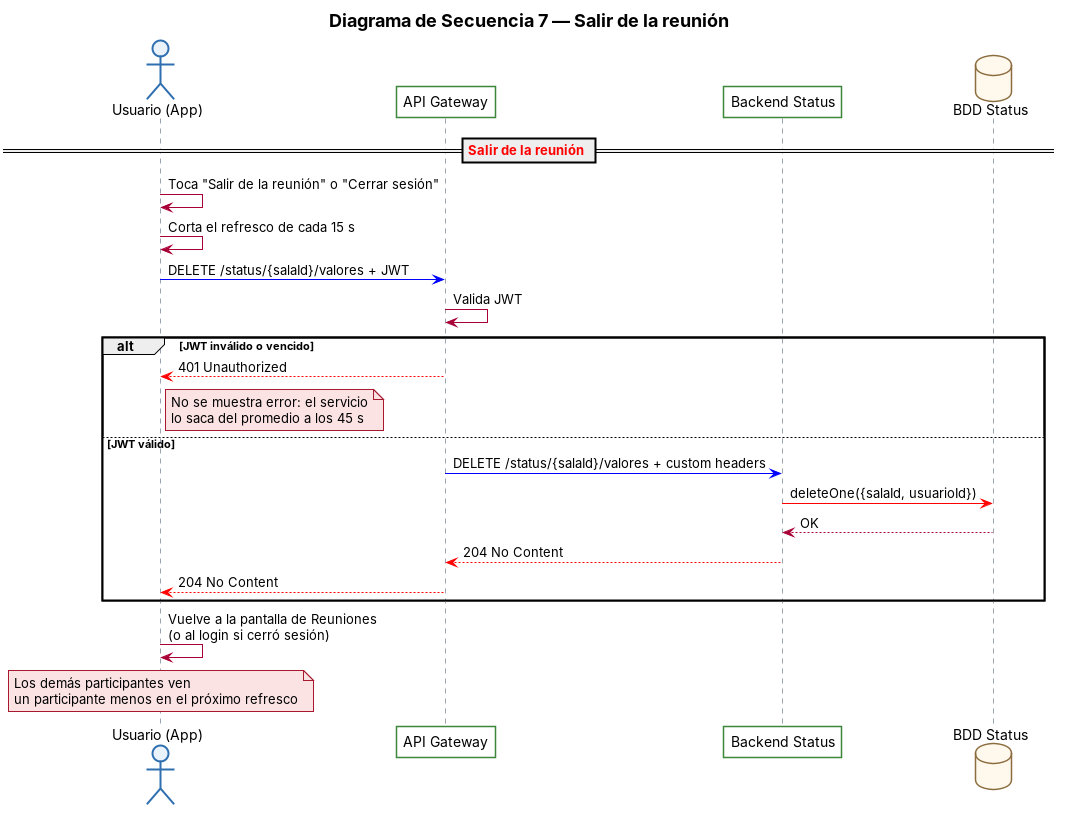
Above: docs/diagramas/8-secuencia-salir-reunion.png in tatianaperalta2013/panel-asistencia-comunicacion (PlantUML), before the change. Its source is kept beside it as docs/diagramas/8-secuencia-salir-reunion.puml. The source it was exported from:
```plantuml
@startuml 8-secuencia-salir-reunion
title <size:18><b>Diagrama de Secuencia 7 — Salir de la reunión</b></size>
skinparam defaultFontName Arial
skinparam shadowing false
skinparam ParticipantBackgroundColor #FFFFFF
skinparam ParticipantBorderColor #3C873A
skinparam ActorBackgroundColor #EAF2FB
skinparam ActorBorderColor #2F6FB0
skinparam DatabaseBackgroundColor #FFF8EC
skinparam DatabaseBorderColor #8C6D3F
skinparam SequenceLifeLineBorderColor #9AA5B1
skinparam NoteBackgroundColor #FBE3E4
skinparam NoteBorderColor #A6192E

actor "Usuario (App)" as A
participant "API Gateway" as GW
participant "Backend Status" as ST
database "BDD Status" as DB

== <color:red>Salir de la reunión</color> ==
A -> A: Toca "Salir de la reunión" o "Cerrar sesión"
A -> A: Corta el refresco de cada 15 s
A -[#blue]> GW: DELETE /status/{salaId}/valores + JWT
GW -> GW: Valida JWT

alt JWT inválido o vencido
    GW -[#red]-> A: 401 Unauthorized
    note right of A: No se muestra error: el servicio\nlo saca del promedio a los 45 s
else JWT válido
    GW -[#blue]> ST: DELETE /status/{salaId}/valores + custom headers
    ST -[#red]> DB: deleteOne({salaId, usuarioId})
    DB --> ST: OK
    ST -[#red]-> GW: 204 No Content
    GW -[#red]-> A: 204 No Content
end

A -> A: Vuelve a la pantalla de Reuniones\n(o al login si cerró sesión)
note over A: Los demás participantes ven\nun participante menos en el próximo refresco
@enduml
```
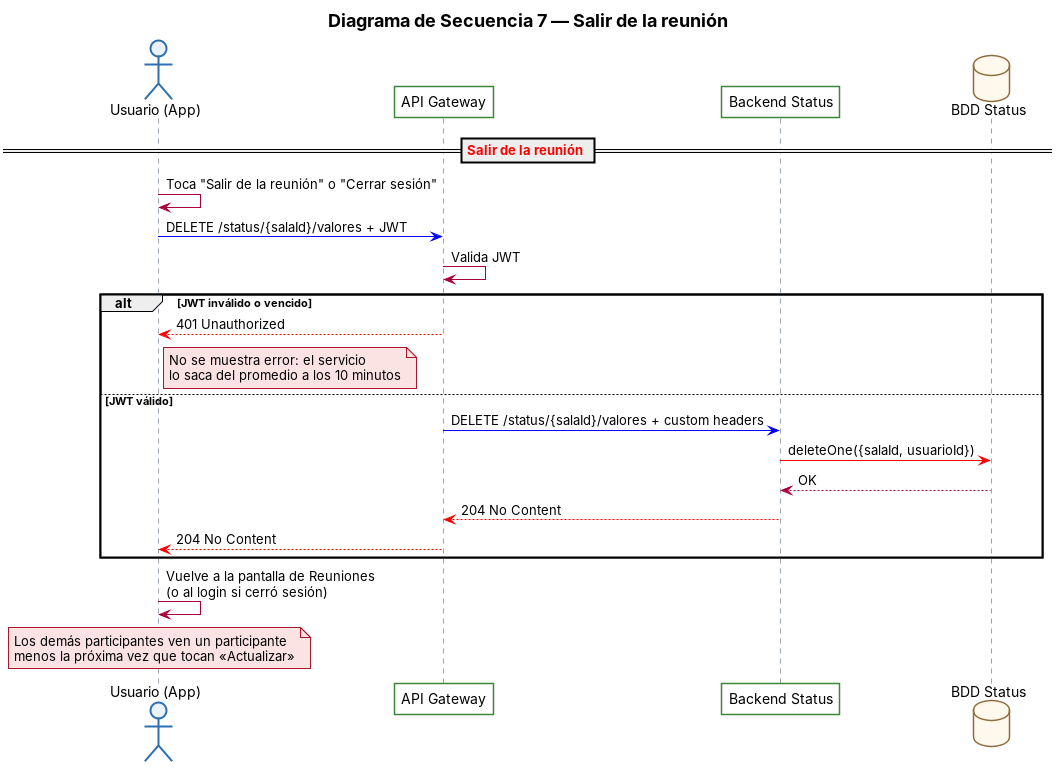
After the change.

Diff of the diagram source:
```diff
@@ -19,13 +19,12 @@
 
 == <color:red>Salir de la reunión</color> ==
 A -> A: Toca "Salir de la reunión" o "Cerrar sesión"
-A -> A: Corta el refresco de cada 15 s
 A -[#blue]> GW: DELETE /status/{salaId}/valores + JWT
 GW -> GW: Valida JWT
 
 alt JWT inválido o vencido
     GW -[#red]-> A: 401 Unauthorized
-    note right of A: No se muestra error: el servicio\nlo saca del promedio a los 45 s
+    note right of A: No se muestra error: el servicio\nlo saca del promedio a los 10 minutos
 else JWT válido
     GW -[#blue]> ST: DELETE /status/{salaId}/valores + custom headers
     ST -[#red]> DB: deleteOne({salaId, usuarioId})
@@ -35,5 +34,5 @@
 end
 
 A -> A: Vuelve a la pantalla de Reuniones\n(o al login si cerró sesión)
-note over A: Los demás participantes ven\nun participante menos en el próximo refresco
+note over A: Los demás participantes ven un participante\nmenos la próxima vez que tocan «Actualizar»
 @enduml
```
